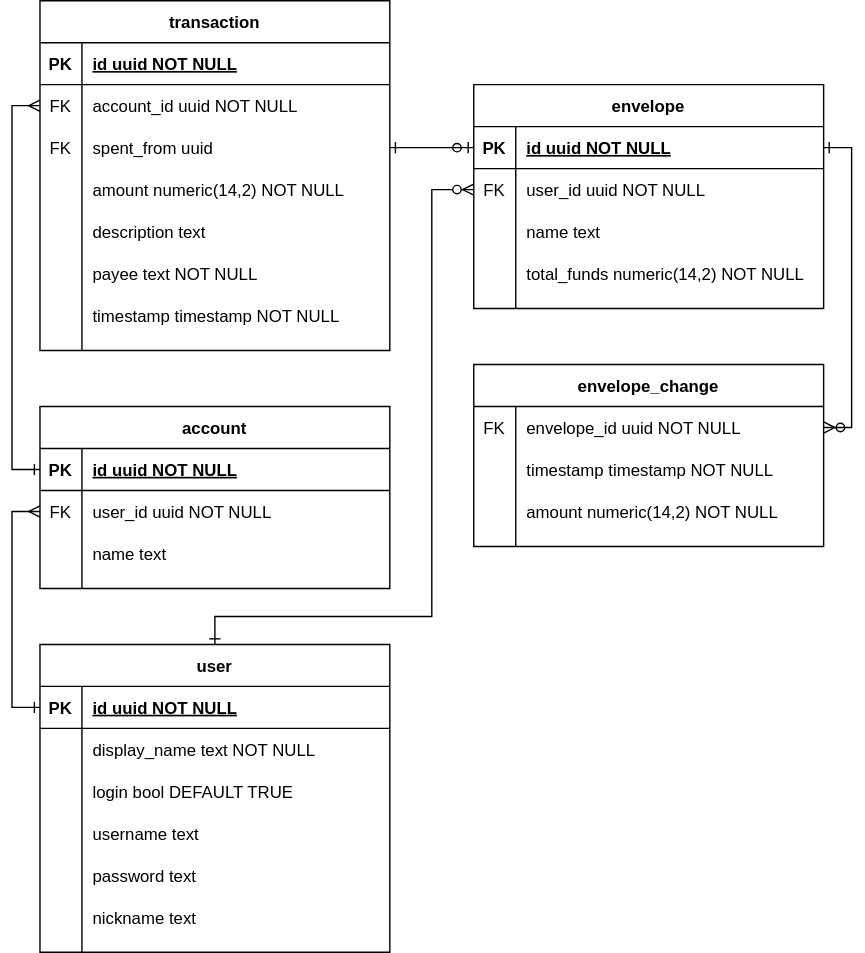
The draw.io diagram data-er.svg in andrew-chang-dewitt/hoops-api, before a commit. Source tidied: cells renumbered, new cells last; positions are measured from the earlier drawing's top-left corner, leaving out a move shared by most shapes.
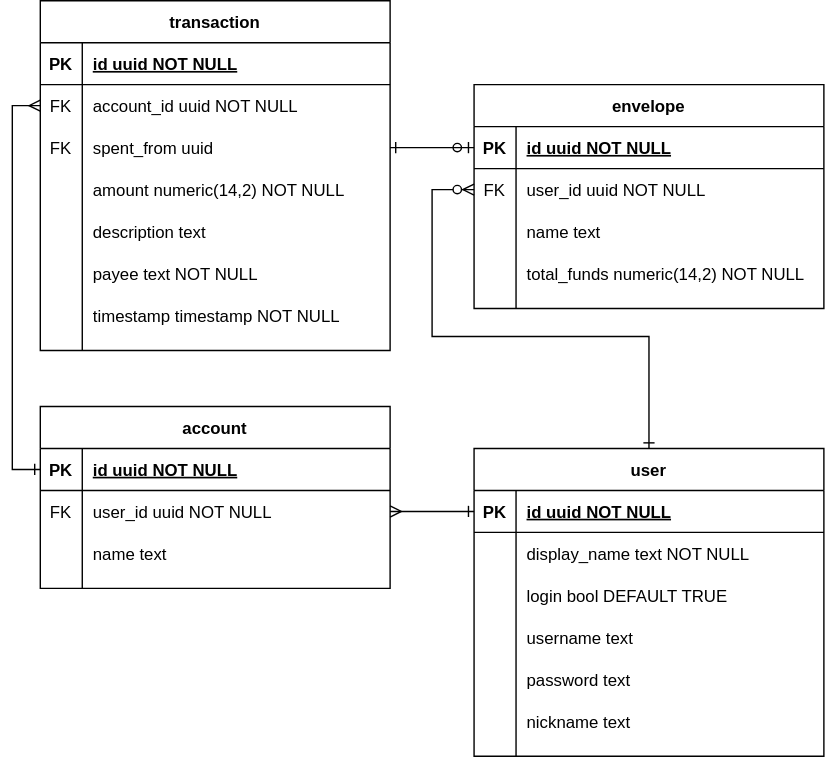
Above is the later version.

Commit message:
Remove unnecessary envelope_changes entity.

The edit, as a diff of the source:
```diff
@@ -102,7 +102,7 @@
       <mxGeometry relative="1" as="geometry" />
     </mxCell>
     <mxCell id="35" value="user" style="shape=table;startSize=30;rowLines=0;fontStyle=1;align=center;fillColor=none;strokeColor=default;fontColor=default;" parent="1" vertex="1">
-      <mxGeometry x="20" y="460" width="250" height="220" as="geometry" />
+      <mxGeometry x="330" y="320" width="250" height="220" as="geometry" />
     </mxCell>
     <mxCell id="36" style="shape=partialRectangle;fillColor=none;points=[[0,0.5],[1,0.5]];portConstraint=eastwest;top=0;left=0;right=0;bottom=1;strokeColor=default;fontColor=default;" parent="35" vertex="1">
       <mxGeometry y="30" width="250" height="30" as="geometry" />
@@ -158,11 +158,10 @@
     <mxCell id="53" value="nickname text" style="shape=partialRectangle;overflow=hidden;fillColor=none;top=0;left=0;bottom=0;right=0;align=left;spacingLeft=6;strokeColor=default;fontColor=default;" parent="51" vertex="1">
       <mxGeometry x="30" width="220" height="30" as="geometry" />
     </mxCell>
-    <mxCell id="54" style="edgeStyle=orthogonalEdgeStyle;rounded=0;jettySize=auto;html=1;entryX=0;entryY=0.5;entryDx=0;entryDy=0;labelBackgroundColor=default;fontColor=default;endArrow=ERmany;endFill=0;strokeColor=default;startArrow=ERone;startFill=0;exitX=0;exitY=0.5;exitDx=0;exitDy=0;" parent="1" edge="1" source="36" target="6">
+    <mxCell id="54" style="edgeStyle=orthogonalEdgeStyle;rounded=0;jettySize=auto;html=1;entryX=1;entryY=0.5;entryDx=0;entryDy=0;labelBackgroundColor=default;fontColor=default;endArrow=ERmany;endFill=0;strokeColor=default;startArrow=ERone;startFill=0;exitX=0;exitY=0.5;exitDx=0;exitDy=0;" parent="1" edge="1" source="36" target="6">
       <mxGeometry relative="1" as="geometry">
         <Array as="points">
-          <mxPoint y="505" />
-          <mxPoint y="365" />
+          <mxPoint x="330" y="365" />
         </Array>
       </mxGeometry>
     </mxCell>
@@ -208,54 +207,16 @@
     <mxCell id="68" style="edgeStyle=orthogonalEdgeStyle;rounded=0;jettySize=auto;html=1;entryX=0;entryY=0.5;entryDx=0;entryDy=0;labelBackgroundColor=default;fontColor=default;endArrow=ERzeroToOne;endFill=0;strokeColor=default;startArrow=ERone;startFill=0;" parent="1" edge="1" source="19" target="56">
       <mxGeometry relative="1" as="geometry" />
     </mxCell>
-    <mxCell id="69" value="envelope_change" style="shape=table;startSize=30;rowLines=0;fontStyle=1;align=center;fillColor=none;strokeColor=default;fontColor=default;" parent="1" vertex="1">
-      <mxGeometry x="330" y="260" width="250" height="130" as="geometry" />
-    </mxCell>
-    <mxCell id="70" style="shape=partialRectangle;fillColor=none;points=[[0,0.5],[1,0.5]];portConstraint=eastwest;top=0;left=0;right=0;bottom=0;strokeColor=default;fontColor=default;" parent="69" vertex="1">
-      <mxGeometry y="30" width="250" height="30" as="geometry" />
-    </mxCell>
-    <mxCell id="71" value="FK" style="shape=partialRectangle;overflow=hidden;fillColor=none;top=0;left=0;bottom=0;right=0;strokeColor=default;fontColor=default;" parent="70" vertex="1">
-      <mxGeometry width="30" height="30" as="geometry" />
-    </mxCell>
-    <mxCell id="72" value="envelope_id uuid NOT NULL" style="shape=partialRectangle;overflow=hidden;fillColor=none;top=0;left=0;bottom=0;right=0;align=left;spacingLeft=6;strokeColor=default;fontColor=default;" parent="70" vertex="1">
-      <mxGeometry x="30" width="220" height="30" as="geometry" />
-    </mxCell>
-    <mxCell id="73" style="shape=partialRectangle;fillColor=none;top=0;left=0;right=0;bottom=0;strokeColor=default;fontColor=default;" parent="69" vertex="1">
-      <mxGeometry y="60" width="250" height="30" as="geometry" />
-    </mxCell>
-    <mxCell id="74" style="shape=partialRectangle;overflow=hidden;fillColor=none;top=0;left=0;bottom=0;right=0;strokeColor=default;fontColor=default;" parent="73" vertex="1">
-      <mxGeometry width="30" height="30" as="geometry" />
-    </mxCell>
-    <mxCell id="75" value="timestamp timestamp NOT NULL" style="shape=partialRectangle;overflow=hidden;fillColor=none;top=0;left=0;bottom=0;right=0;align=left;spacingLeft=6;strokeColor=default;fontColor=default;" parent="73" vertex="1">
-      <mxGeometry x="30" width="220" height="30" as="geometry" />
-    </mxCell>
-    <mxCell id="76" style="shape=partialRectangle;fillColor=none;top=0;left=0;right=0;bottom=0;strokeColor=default;fontColor=default;" parent="69" vertex="1">
-      <mxGeometry y="90" width="250" height="30" as="geometry" />
-    </mxCell>
-    <mxCell id="77" style="shape=partialRectangle;overflow=hidden;fillColor=none;top=0;left=0;bottom=0;right=0;strokeColor=default;fontColor=default;" parent="76" vertex="1">
-      <mxGeometry width="30" height="30" as="geometry" />
-    </mxCell>
-    <mxCell id="78" value="amount numeric(14,2) NOT NULL" style="shape=partialRectangle;overflow=hidden;fillColor=none;top=0;left=0;bottom=0;right=0;align=left;spacingLeft=6;strokeColor=default;fontColor=default;" parent="76" vertex="1">
-      <mxGeometry x="30" width="220" height="30" as="geometry" />
-    </mxCell>
-    <mxCell id="79" style="edgeStyle=orthogonalEdgeStyle;rounded=0;jettySize=auto;html=1;exitX=1;exitY=0.5;exitDx=0;exitDy=0;labelBackgroundColor=default;fontColor=default;startArrow=ERone;startFill=0;endArrow=ERzeroToMany;endFill=0;strokeColor=default;entryX=1;entryY=0.5;entryDx=0;entryDy=0;" parent="1" edge="1" source="56" target="70">
-      <mxGeometry relative="1" as="geometry">
-        <Array as="points">
-          <mxPoint x="600" y="105" />
-          <mxPoint x="600" y="305" />
-        </Array>
-      </mxGeometry>
-    </mxCell>
     <mxCell id="80" style="edgeStyle=orthogonalEdgeStyle;rounded=0;jettySize=auto;html=1;entryX=0.5;entryY=0;entryDx=0;entryDy=0;labelBackgroundColor=default;fontColor=default;startArrow=ERzeroToMany;startFill=1;endArrow=ERone;endFill=0;strokeColor=default;" parent="1" edge="1" source="59" target="35">
       <mxGeometry relative="1" as="geometry">
         <Array as="points">
           <mxPoint x="300" y="135" />
-          <mxPoint x="300" y="440" />
-          <mxPoint x="145" y="440" />
+          <mxPoint x="300" y="240" />
+          <mxPoint x="455" y="240" />
         </Array>
       </mxGeometry>
     </mxCell>
-    <mxCell id="81" style="edgeStyle=orthogonalEdgeStyle;rounded=0;jumpStyle=arc;jettySize=auto;html=1;exitX=0.5;exitY=1;exitDx=0;exitDy=0;entryX=0.5;entryY=0;entryDx=0;entryDy=0;entryPerimeter=0;dashed=1;dashPattern=1 1;labelBackgroundColor=default;fontColor=default;startArrow=openAsync;startFill=0;endArrow=none;endFill=0;strokeColor=default;strokeWidth=2;" parent="1" edge="1" target="x">
+    <mxCell id="81" style="edgeStyle=orthogonalEdgeStyle;rounded=0;jumpStyle=arc;orthogonalLoop=1;jettySize=auto;html=1;exitX=0.5;exitY=1;exitDx=0;exitDy=0;entryX=0.5;entryY=0;entryDx=0;entryDy=0;entryPerimeter=0;dashed=1;dashPattern=1 1;labelBackgroundColor=default;fontColor=default;startArrow=openAsync;startFill=0;endArrow=none;endFill=0;strokeColor=default;strokeWidth=2;" parent="1" edge="1">
       <mxGeometry relative="1" as="geometry">
         <mxPoint x="455" y="560" as="sourcePoint" />
       </mxGeometry>
```
